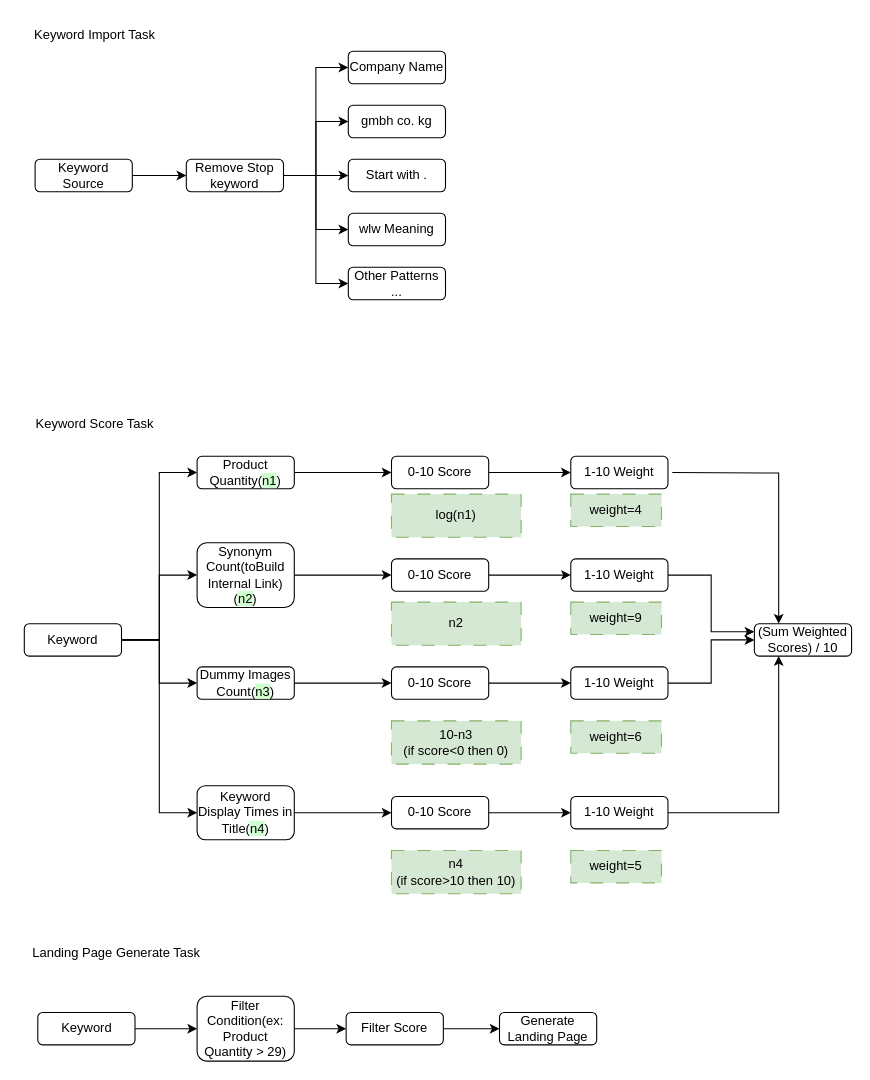
The draw.io diagram drawio/keywordanalyze.drawio in VisableHarry/seo-drawio, before the edit. Source tidied: cells renumbered, new cells numbered last; positions are measured from the earlier drawing's top-left corner, leaving out a move shared by most shapes. Both pictures are drawn from the tidied source at 108%, with x=0, y=0 at pixel (18, 18).
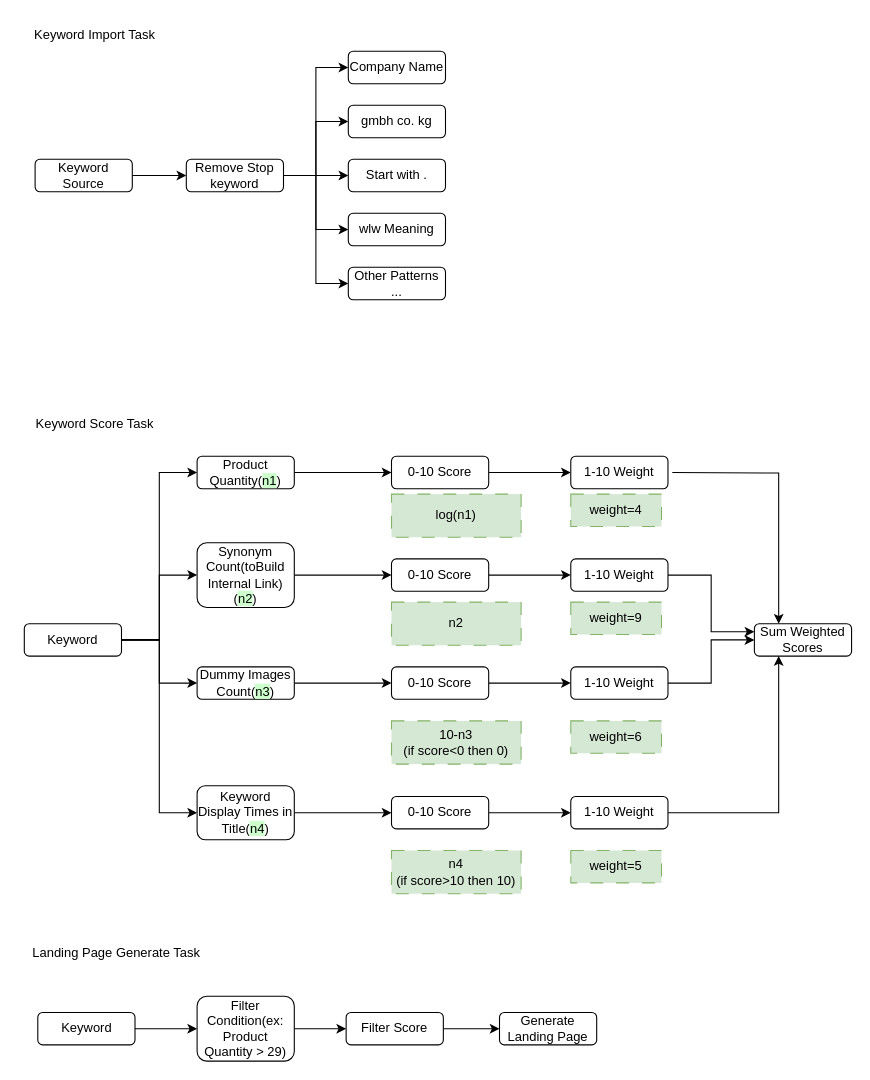
The same diagram, later.

What changed in the source:
```diff
@@
-    <mxCell id="36" value="(Sum Weighted Scores) / 10" style="rounded=1;whiteSpace=wrap;html=1;" parent="1" vertex="1">
+    <mxCell id="36" value="Sum Weighted Scores" style="rounded=1;whiteSpace=wrap;html=1;" parent="1" vertex="1">
       <mxGeometry x="681" y="560" width="90" height="30" as="geometry" />
     </mxCell>
```
